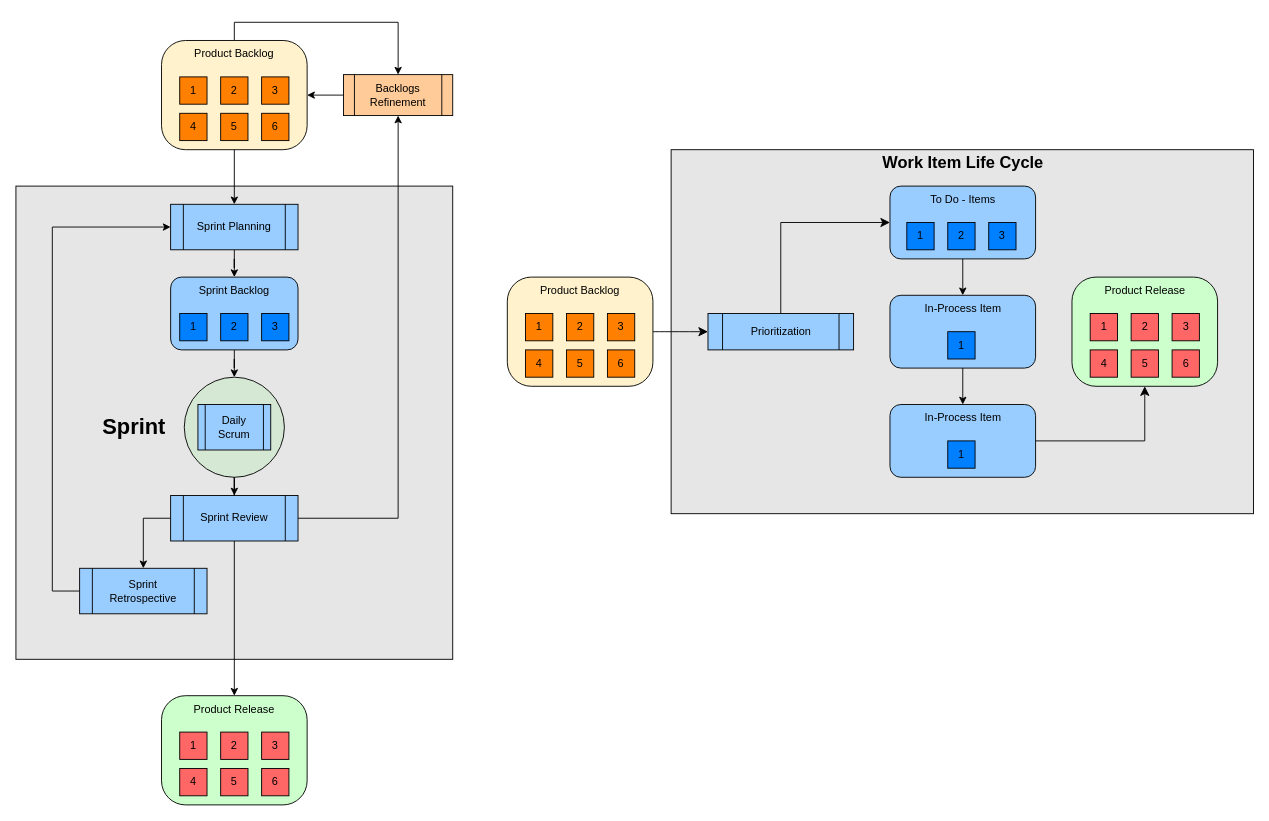
Before: resources/Agile-Flow.drawio in SimonFurtm/hiketours, a draw.io diagram. Source tidied: cells renumbered, new cells numbered last; positions are measured from the earlier drawing's top-left corner, leaving out a move shared by most shapes. Both pictures are drawn from the tidied source at 91%, with x=0, y=0 at pixel (15, 22).
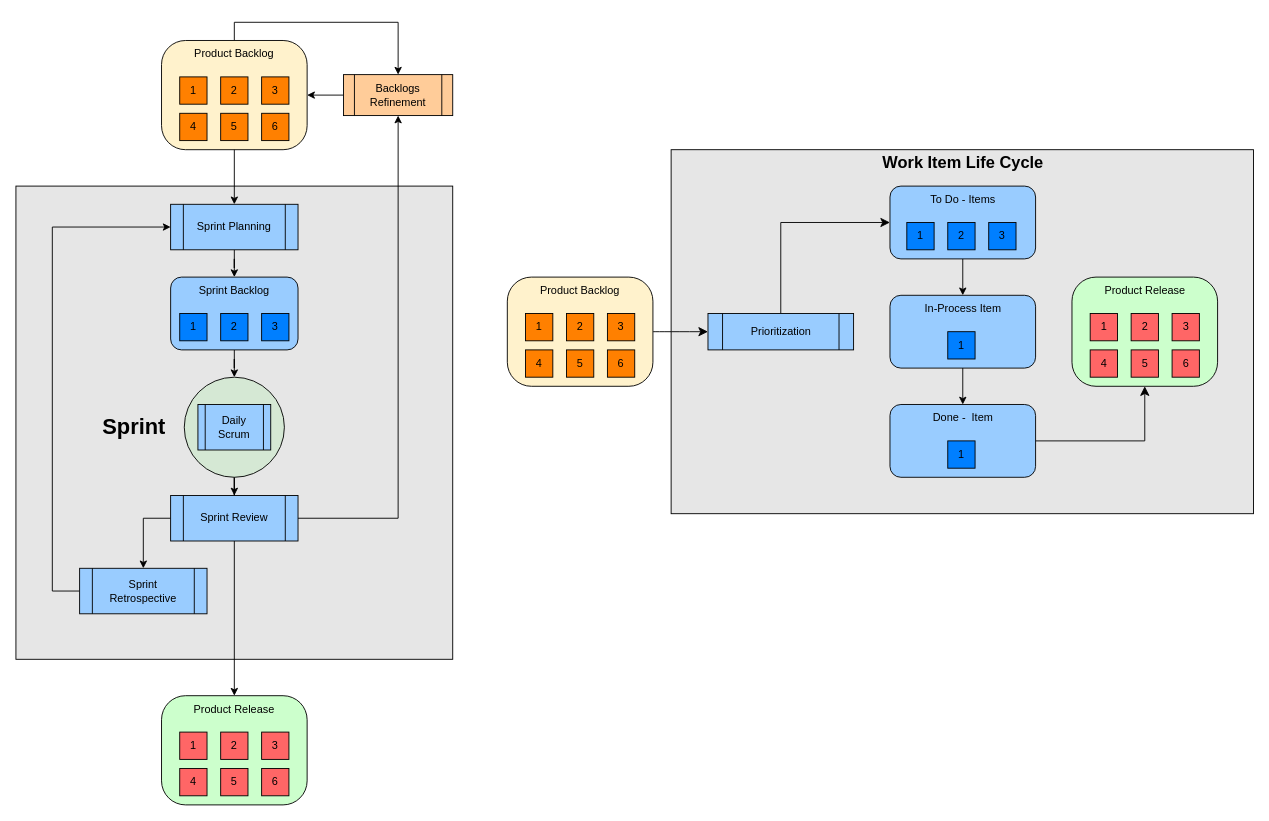
The same diagram, later.

Change to the diagram source:
```diff
@@
-    <mxCell id="66" value="In-Process Item" style="text;html=1;strokeColor=none;fillColor=none;align=center;verticalAlign=middle;whiteSpace=wrap;rounded=0;" parent="1" vertex="1">
+    <mxCell id="66" value="Done -&amp;nbsp; Item" style="text;html=1;strokeColor=none;fillColor=none;align=center;verticalAlign=middle;whiteSpace=wrap;rounded=0;" parent="1" vertex="1">
       <mxGeometry x="960.5" y="420" width="160" height="30" as="geometry" />
     </mxCell>
```
